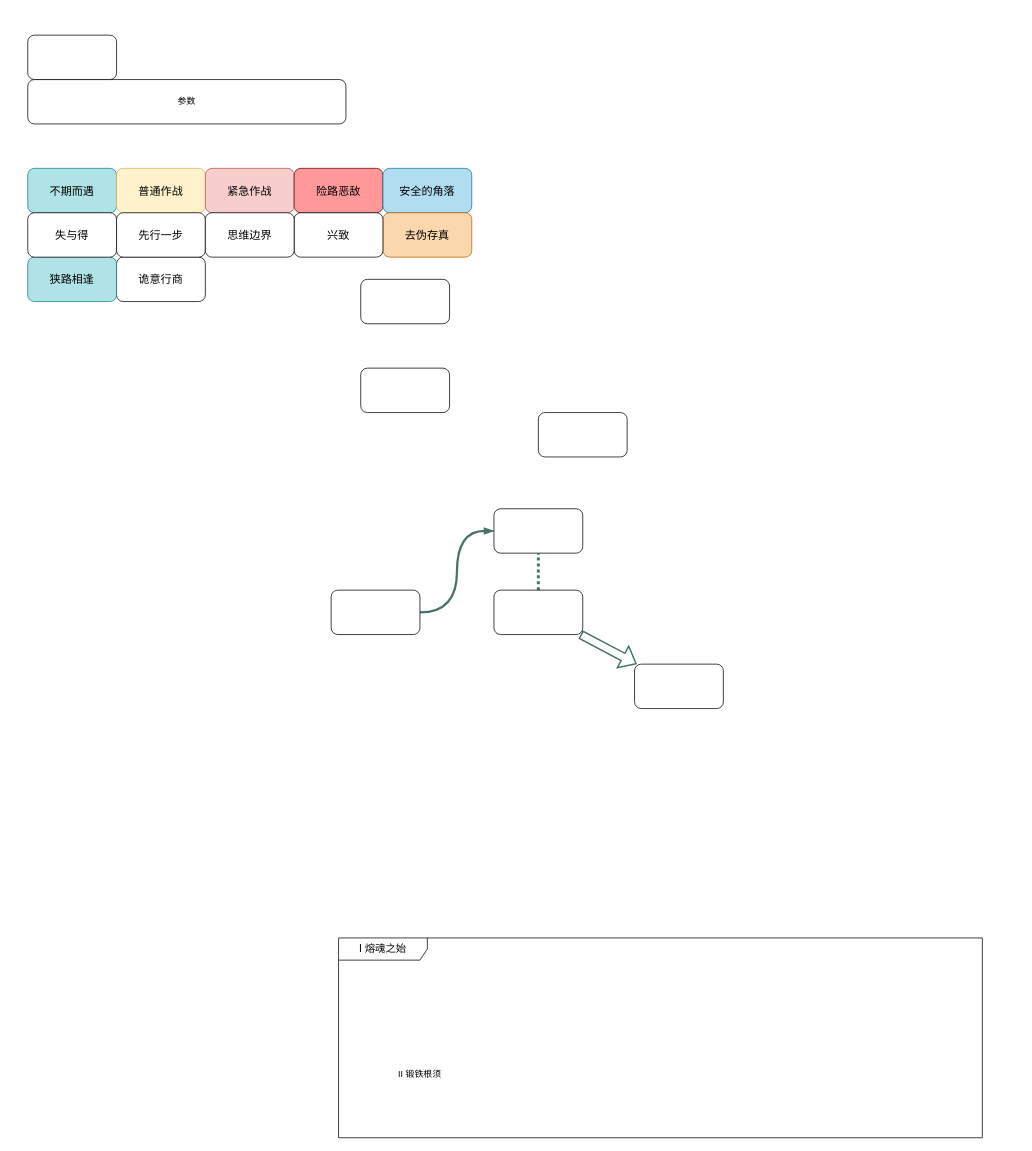
The draw.io diagram 模板.drawio in abc2513/ArknightsRoguelikeMapFlowchart, before the edit. Source tidied: cells renumbered, new cells numbered last; positions are measured from the earlier drawing's top-left corner, leaving out a move shared by most shapes. Both pictures are drawn from the tidied source at 74%, with x=0, y=0 at pixel (27, 35).
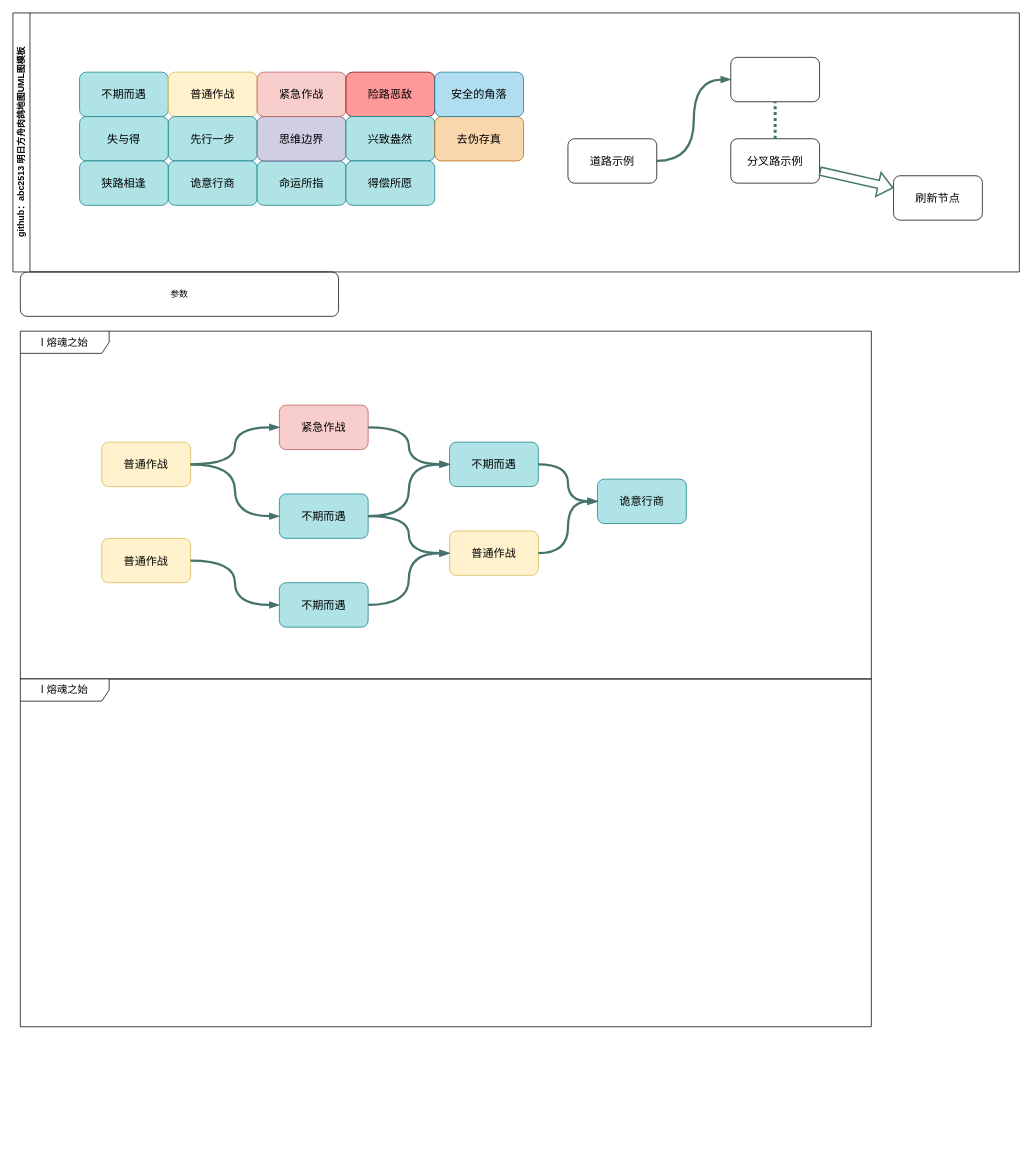
Above is the later version.

Change to the diagram source:
```diff
@@
+    <mxCell id="6" value="参数" style="rounded=1;whiteSpace=wrap;html=1;" parent="1" vertex="1">
+      <mxGeometry x="-10" y="320" width="430" height="60" as="geometry" />
+    </mxCell>
+    <mxCell id="26" value="&lt;span style=&quot;font-size: 14px;&quot;&gt;I 熔魂之始&lt;/span&gt;" style="shape=umlFrame;whiteSpace=wrap;html=1;width=120;height=30;" parent="1" vertex="1">
+      <mxGeometry x="-10" y="400" width="1150" height="470" as="geometry" />
+    </mxCell>
+    <mxCell id="28" value="普通作战" style="rounded=1;whiteSpace=wrap;html=1;fillColor=#fff2cc;strokeColor=#d6b656;fontSize=15;" parent="1" vertex="1">
+      <mxGeometry x="100" y="550" width="120" height="60" as="geometry" />
+    </mxCell>
+    <mxCell id="29" value="普通作战" style="rounded=1;whiteSpace=wrap;html=1;fillColor=#fff2cc;strokeColor=#d6b656;fontSize=15;" parent="1" vertex="1">
+      <mxGeometry x="100" y="680" width="120" height="60" as="geometry" />
+    </mxCell>
+    <mxCell id="30" value="紧急作战" style="rounded=1;whiteSpace=wrap;html=1;fillColor=#f8cecc;strokeColor=#b85450;fontSize=15;" parent="1" vertex="1">
+      <mxGeometry x="340" y="500" width="120" height="60" as="geometry" />
+    </mxCell>
+    <mxCell id="31" value="不期而遇" style="rounded=1;whiteSpace=wrap;html=1;fillColor=#b0e3e6;strokeColor=#0e8088;fontSize=15;fontFamily=Helvetica;" parent="1" vertex="1">
+      <mxGeometry x="340" y="620" width="120" height="60" as="geometry" />
+    </mxCell>
+    <mxCell id="32" value="不期而遇" style="rounded=1;whiteSpace=wrap;html=1;fillColor=#b0e3e6;strokeColor=#0e8088;fontSize=15;fontFamily=Helvetica;" parent="1" vertex="1">
+      <mxGeometry x="340" y="740" width="120" height="60" as="geometry" />
+    </mxCell>
+    <mxCell id="33" value="不期而遇" style="rounded=1;whiteSpace=wrap;html=1;fillColor=#b0e3e6;strokeColor=#0e8088;fontSize=15;fontFamily=Helvetica;" parent="1" vertex="1">
+      <mxGeometry x="570" y="550" width="120" height="60" as="geometry" />
+    </mxCell>
+    <mxCell id="34" value="普通作战" style="rounded=1;whiteSpace=wrap;html=1;fillColor=#fff2cc;strokeColor=#d6b656;fontSize=15;" parent="1" vertex="1">
+      <mxGeometry x="570" y="670" width="120" height="60" as="geometry" />
+    </mxCell>
+    <mxCell id="35" value="诡意行商" style="rounded=1;whiteSpace=wrap;html=1;fontSize=15;fillColor=#b0e3e6;strokeColor=#0e8088;" parent="1" vertex="1">
+      <mxGeometry x="770" y="600" width="120" height="60" as="geometry" />
+    </mxCell>
+    <mxCell id="36" style="edgeStyle=orthogonalEdgeStyle;rounded=0;jettySize=auto;html=1;endArrow=blockThin;endFill=1;strokeWidth=3;strokeColor=#45736C;curved=1;" parent="1" edge="1" source="28" target="30">
+      <mxGeometry relative="1" as="geometry" />
+    </mxCell>
+    <mxCell id="37" style="edgeStyle=orthogonalEdgeStyle;rounded=0;jettySize=auto;html=1;endArrow=blockThin;endFill=1;strokeWidth=3;strokeColor=#45736C;curved=1;entryX=0;entryY=0.5;entryDx=0;entryDy=0;" parent="1" edge="1" source="28" target="31">
+      <mxGeometry relative="1" as="geometry" />
+    </mxCell>
+    <mxCell id="38" style="edgeStyle=orthogonalEdgeStyle;rounded=0;jettySize=auto;html=1;endArrow=blockThin;endFill=1;strokeWidth=3;strokeColor=#45736C;curved=1;entryX=0;entryY=0.5;entryDx=0;entryDy=0;" parent="1" edge="1" source="29" target="32">
+      <mxGeometry relative="1" as="geometry" />
+    </mxCell>
+    <mxCell id="39" style="edgeStyle=orthogonalEdgeStyle;rounded=0;jettySize=auto;html=1;endArrow=blockThin;endFill=1;strokeWidth=3;strokeColor=#45736C;curved=1;entryX=0;entryY=0.5;entryDx=0;entryDy=0;exitX=1;exitY=0.5;exitDx=0;exitDy=0;" parent="1" edge="1" source="32" target="34">
+      <mxGeometry relative="1" as="geometry" />
+    </mxCell>
+    <mxCell id="40" style="edgeStyle=orthogonalEdgeStyle;rounded=0;jettySize=auto;html=1;endArrow=blockThin;endFill=1;strokeWidth=3;strokeColor=#45736C;curved=1;entryX=0;entryY=0.5;entryDx=0;entryDy=0;exitX=1;exitY=0.5;exitDx=0;exitDy=0;" parent="1" edge="1" source="31" target="34">
+      <mxGeometry relative="1" as="geometry" />
+    </mxCell>
+    <mxCell id="41" style="edgeStyle=orthogonalEdgeStyle;rounded=0;jettySize=auto;html=1;endArrow=blockThin;endFill=1;strokeWidth=3;strokeColor=#45736C;curved=1;entryX=0;entryY=0.5;entryDx=0;entryDy=0;exitX=1;exitY=0.5;exitDx=0;exitDy=0;" parent="1" edge="1" source="31" target="33">
+      <mxGeometry relative="1" as="geometry" />
+    </mxCell>
+    <mxCell id="42" style="edgeStyle=orthogonalEdgeStyle;rounded=0;jettySize=auto;html=1;endArrow=blockThin;endFill=1;strokeWidth=3;strokeColor=#45736C;curved=1;entryX=0;entryY=0.5;entryDx=0;entryDy=0;exitX=1;exitY=0.5;exitDx=0;exitDy=0;" parent="1" edge="1" source="30" target="33">
+      <mxGeometry relative="1" as="geometry" />
+    </mxCell>
+    <mxCell id="43" style="edgeStyle=orthogonalEdgeStyle;rounded=0;jettySize=auto;html=1;endArrow=blockThin;endFill=1;strokeWidth=3;strokeColor=#45736C;curved=1;entryX=0;entryY=0.5;entryDx=0;entryDy=0;" parent="1" edge="1" source="33" target="35">
+      <mxGeometry relative="1" as="geometry" />
+    </mxCell>
+    <mxCell id="44" style="edgeStyle=orthogonalEdgeStyle;rounded=0;jettySize=auto;html=1;endArrow=blockThin;endFill=1;strokeWidth=3;strokeColor=#45736C;curved=1;entryX=0;entryY=0.5;entryDx=0;entryDy=0;exitX=1;exitY=0.5;exitDx=0;exitDy=0;" parent="1" edge="1" source="34" target="35">
+      <mxGeometry relative="1" as="geometry" />
+    </mxCell>
+    <mxCell id="45" value="&lt;span style=&quot;font-size: 14px;&quot;&gt;I 熔魂之始&lt;/span&gt;" style="shape=umlFrame;whiteSpace=wrap;html=1;width=120;height=30;" parent="1" vertex="1">
+      <mxGeometry x="-10" y="870" width="1150" height="470" as="geometry" />
+    </mxCell>
+    <mxCell id="46" value="github：abc2513 明日方舟肉鸽地图UML图模板" style="swimlane;horizontal=0;whiteSpace=wrap;html=1;startSize=23;" parent="1" vertex="1">
+      <mxGeometry x="-20" y="-30" width="1360" height="350" as="geometry" />
+    </mxCell>
-    <mxCell id="2" value="不期而遇" style="rounded=1;whiteSpace=wrap;html=1;fillColor=#b0e3e6;strokeColor=#0e8088;fontSize=15;fontFamily=Helvetica;" parent="1" vertex="1">
-      <mxGeometry y="180" width="120" height="60" as="geometry" />
+    <mxCell id="2" value="不期而遇" style="rounded=1;whiteSpace=wrap;html=1;fillColor=#b0e3e6;strokeColor=#0e8088;fontSize=15;fontFamily=Helvetica;" parent="46" vertex="1">
+      <mxGeometry x="90" y="80" width="120" height="60" as="geometry" />
     </mxCell>
-    <mxCell id="3" value="普通作战" style="rounded=1;whiteSpace=wrap;html=1;fillColor=#fff2cc;strokeColor=#d6b656;fontSize=15;" parent="1" vertex="1">
-      <mxGeometry x="120" y="180" width="120" height="60" as="geometry" />
+    <mxCell id="3" value="普通作战" style="rounded=1;whiteSpace=wrap;html=1;fillColor=#fff2cc;strokeColor=#d6b656;fontSize=15;" parent="46" vertex="1">
+      <mxGeometry x="210" y="80" width="120" height="60" as="geometry" />
     </mxCell>
+    <mxCell id="14" value="失与得" style="rounded=1;whiteSpace=wrap;html=1;fontSize=15;fillColor=#b0e3e6;strokeColor=#0e8088;" parent="46" vertex="1">
+      <mxGeometry x="90" y="140" width="120" height="60" as="geometry" />
+    </mxCell>
+    <mxCell id="10" value="狭路相逢" style="rounded=1;whiteSpace=wrap;html=1;fontSize=15;fillColor=#b0e3e6;strokeColor=#0e8088;" parent="46" vertex="1">
+      <mxGeometry x="90" y="200" width="120" height="60" as="geometry" />
+    </mxCell>
+    <mxCell id="15" value="先行一步" style="rounded=1;whiteSpace=wrap;html=1;fontSize=15;fillColor=#b0e3e6;strokeColor=#0e8088;" parent="46" vertex="1">
+      <mxGeometry x="210" y="140" width="120" height="60" as="geometry" />
+    </mxCell>
+    <mxCell id="9" value="诡意行商" style="rounded=1;whiteSpace=wrap;html=1;fontSize=15;fillColor=#b0e3e6;strokeColor=#0e8088;" parent="46" vertex="1">
+      <mxGeometry x="210" y="200" width="120" height="60" as="geometry" />
+    </mxCell>
+    <mxCell id="23" value="命运所指" style="rounded=1;whiteSpace=wrap;html=1;fontSize=15;fillColor=#b0e3e6;strokeColor=#0e8088;" parent="46" vertex="1">
+      <mxGeometry x="330" y="200" width="120" height="60" as="geometry" />
+    </mxCell>
+    <mxCell id="16" value="思维边界" style="rounded=1;whiteSpace=wrap;html=1;fontSize=15;fillColor=#d0cee2;strokeColor=#56517e;" parent="46" vertex="1">
+      <mxGeometry x="330" y="140" width="120" height="60" as="geometry" />
+    </mxCell>
-    <mxCell id="4" value="紧急作战" style="rounded=1;whiteSpace=wrap;html=1;fillColor=#f8cecc;strokeColor=#b85450;fontSize=15;" parent="1" vertex="1">
-      <mxGeometry x="240" y="180" width="120" height="60" as="geometry" />
+    <mxCell id="4" value="紧急作战" style="rounded=1;whiteSpace=wrap;html=1;fillColor=#f8cecc;strokeColor=#b85450;fontSize=15;" parent="46" vertex="1">
+      <mxGeometry x="330" y="80" width="120" height="60" as="geometry" />
     </mxCell>
-    <mxCell id="5" value="险路恶敌" style="rounded=1;whiteSpace=wrap;html=1;fontSize=15;fillColor=#FF9999;strokeColor=#660000;" parent="1" vertex="1">
-      <mxGeometry x="360" y="180" width="120" height="60" as="geometry" />
+    <mxCell id="5" value="险路恶敌" style="rounded=1;whiteSpace=wrap;html=1;fontSize=15;fillColor=#FF9999;strokeColor=#660000;" parent="46" vertex="1">
+      <mxGeometry x="450" y="80" width="120" height="60" as="geometry" />
     </mxCell>
-    <mxCell id="6" value="参数" style="rounded=1;whiteSpace=wrap;html=1;" parent="1" vertex="1">
-      <mxGeometry y="60" width="430" height="60" as="geometry" />
-    </mxCell>
+    <mxCell id="13" value="兴致盎然" style="rounded=1;whiteSpace=wrap;html=1;fontSize=15;fillColor=#b0e3e6;strokeColor=#0e8088;" parent="46" vertex="1">
+      <mxGeometry x="450" y="140" width="120" height="60" as="geometry" />
+    </mxCell>
+    <mxCell id="12" value="得偿所愿" style="rounded=1;whiteSpace=wrap;html=1;fontSize=15;fillColor=#b0e3e6;strokeColor=#0e8088;" parent="46" vertex="1">
+      <mxGeometry x="450" y="200" width="120" height="60" as="geometry" />
+    </mxCell>
+    <mxCell id="11" value="去伪存真" style="rounded=1;whiteSpace=wrap;html=1;fontSize=15;fillColor=#fad7ac;strokeColor=#b46504;" parent="46" vertex="1">
+      <mxGeometry x="570" y="140" width="120" height="60" as="geometry" />
+    </mxCell>
-    <mxCell id="7" value="安全的角落" style="rounded=1;whiteSpace=wrap;html=1;fontSize=15;fillColor=#b1ddf0;strokeColor=#10739e;" parent="1" vertex="1">
-      <mxGeometry x="480" y="180" width="120" height="60" as="geometry" />
+    <mxCell id="7" value="安全的角落" style="rounded=1;whiteSpace=wrap;html=1;fontSize=15;fillColor=#b1ddf0;strokeColor=#10739e;" parent="46" vertex="1">
+      <mxGeometry x="570" y="80" width="120" height="60" as="geometry" />
     </mxCell>
-    <mxCell id="8" style="rounded=1;whiteSpace=wrap;html=1;fontSize=15;" parent="1" vertex="1">
-      <mxGeometry width="120" height="60" as="geometry" />
-    </mxCell>
-    <mxCell id="9" value="诡意行商" style="rounded=1;whiteSpace=wrap;html=1;fontSize=15;" parent="1" vertex="1">
-      <mxGeometry x="120" y="300" width="120" height="60" as="geometry" />
-    </mxCell>
-    <mxCell id="10" value="狭路相逢" style="rounded=1;whiteSpace=wrap;html=1;fontSize=15;fillColor=#b0e3e6;strokeColor=#0e8088;" parent="1" vertex="1">
-      <mxGeometry y="300" width="120" height="60" as="geometry" />
-    </mxCell>
-    <mxCell id="11" value="去伪存真" style="rounded=1;whiteSpace=wrap;html=1;fontSize=15;fillColor=#fad7ac;strokeColor=#b46504;" parent="1" vertex="1">
-      <mxGeometry x="480" y="240" width="120" height="60" as="geometry" />
-    </mxCell>
-    <mxCell id="12" style="rounded=1;whiteSpace=wrap;html=1;fontSize=15;" parent="1" vertex="1">
-      <mxGeometry x="450" y="450" width="120" height="60" as="geometry" />
-    </mxCell>
-    <mxCell id="13" value="兴致" style="rounded=1;whiteSpace=wrap;html=1;fontSize=15;" parent="1" vertex="1">
-      <mxGeometry x="360" y="240" width="120" height="60" as="geometry" />
-    </mxCell>
-    <mxCell id="14" value="失与得" style="rounded=1;whiteSpace=wrap;html=1;fontSize=15;" parent="1" vertex="1">
-      <mxGeometry y="240" width="120" height="60" as="geometry" />
-    </mxCell>
-    <mxCell id="15" value="先行一步" style="rounded=1;whiteSpace=wrap;html=1;fontSize=15;" parent="1" vertex="1">
-      <mxGeometry x="120" y="240" width="120" height="60" as="geometry" />
-    </mxCell>
-    <mxCell id="16" value="思维边界" style="rounded=1;whiteSpace=wrap;html=1;fontSize=15;" parent="1" vertex="1">
-      <mxGeometry x="240" y="240" width="120" height="60" as="geometry" />
-    </mxCell>
-    <mxCell id="17" style="edgeStyle=orthogonalEdgeStyle;rounded=0;jettySize=auto;html=1;endArrow=blockThin;endFill=1;strokeWidth=3;strokeColor=#45736C;curved=1;entryX=0;entryY=0.5;entryDx=0;entryDy=0;exitX=1;exitY=0.5;exitDx=0;exitDy=0;" parent="1" edge="1" source="18" target="19">
-      <mxGeometry relative="1" as="geometry" />
-    </mxCell>
-    <mxCell id="18" style="rounded=1;whiteSpace=wrap;html=1;fontSize=15;" parent="1" vertex="1">
-      <mxGeometry x="410" y="750" width="120" height="60" as="geometry" />
+    <mxCell id="18" value="道路示例" style="rounded=1;whiteSpace=wrap;html=1;fontSize=15;" parent="46" vertex="1">
+      <mxGeometry x="750" y="170" width="120" height="60" as="geometry" />
     </mxCell>
-    <mxCell id="19" style="rounded=1;whiteSpace=wrap;html=1;fontSize=15;" parent="1" vertex="1">
-      <mxGeometry x="630" y="640" width="120" height="60" as="geometry" />
+    <mxCell id="19" style="rounded=1;whiteSpace=wrap;html=1;fontSize=15;" parent="46" vertex="1">
+      <mxGeometry x="970" y="60" width="120" height="60" as="geometry" />
     </mxCell>
+    <mxCell id="22" value="分叉路示例" style="rounded=1;whiteSpace=wrap;html=1;fontSize=15;" parent="46" vertex="1">
+      <mxGeometry x="970" y="170" width="120" height="60" as="geometry" />
+    </mxCell>
-    <mxCell id="20" style="edgeStyle=orthogonalEdgeStyle;rounded=0;jettySize=auto;html=1;strokeWidth=4;endArrow=none;endFill=0;strokeColor=#45736C;dashed=1;dashPattern=1 1;" parent="1" edge="1" source="22" target="19">
+    <mxCell id="20" style="edgeStyle=orthogonalEdgeStyle;rounded=0;jettySize=auto;html=1;strokeWidth=4;endArrow=none;endFill=0;strokeColor=#45736C;dashed=1;dashPattern=1 1;" parent="46" edge="1" source="22" target="19">
       <mxGeometry relative="1" as="geometry" />
     </mxCell>
+    <mxCell id="17" style="edgeStyle=orthogonalEdgeStyle;rounded=0;jettySize=auto;html=1;endArrow=blockThin;endFill=1;strokeWidth=3;strokeColor=#45736C;curved=1;entryX=0;entryY=0.5;entryDx=0;entryDy=0;exitX=1;exitY=0.5;exitDx=0;exitDy=0;" parent="46" edge="1" source="18" target="19">
+      <mxGeometry relative="1" as="geometry" />
+    </mxCell>
+    <mxCell id="25" value="刷新节点" style="rounded=1;whiteSpace=wrap;html=1;fontSize=15;" parent="46" vertex="1">
+      <mxGeometry x="1190" y="220" width="120" height="60" as="geometry" />
+    </mxCell>
-    <mxCell id="21" style="rounded=0;jettySize=auto;html=1;strokeWidth=2;strokeColor=#45736C;shape=flexArrow;" parent="1" edge="1" source="22" target="25">
+    <mxCell id="21" style="rounded=0;jettySize=auto;html=1;strokeWidth=2;strokeColor=#45736C;shape=flexArrow;" parent="46" edge="1" source="22" target="25">
       <mxGeometry relative="1" as="geometry" />
     </mxCell>
-    <mxCell id="22" style="rounded=1;whiteSpace=wrap;html=1;fontSize=15;" parent="1" vertex="1">
-      <mxGeometry x="630" y="750" width="120" height="60" as="geometry" />
-    </mxCell>
-    <mxCell id="23" style="rounded=1;whiteSpace=wrap;html=1;fontSize=15;" parent="1" vertex="1">
-      <mxGeometry x="450" y="330" width="120" height="60" as="geometry" />
-    </mxCell>
-    <mxCell id="24" style="rounded=1;whiteSpace=wrap;html=1;fontSize=15;" parent="1" vertex="1">
-      <mxGeometry x="690" y="510" width="120" height="60" as="geometry" />
-    </mxCell>
-    <mxCell id="25" style="rounded=1;whiteSpace=wrap;html=1;fontSize=15;" parent="1" vertex="1">
-      <mxGeometry x="820" y="850" width="120" height="60" as="geometry" />
-    </mxCell>
-    <mxCell id="26" value="&lt;span style=&quot;font-size: 14px;&quot;&gt;I 熔魂之始&lt;/span&gt;" style="shape=umlFrame;whiteSpace=wrap;html=1;width=120;height=30;" parent="1" vertex="1">
-      <mxGeometry x="420" y="1220" width="870" height="270" as="geometry" />
-    </mxCell>
-    <mxCell id="27" value="II 锻铁根须" style="text;html=1;align=center;verticalAlign=middle;whiteSpace=wrap;rounded=0;" parent="1" vertex="1">
-      <mxGeometry x="500" y="1390" width="60" height="30" as="geometry" />
-    </mxCell>
```
